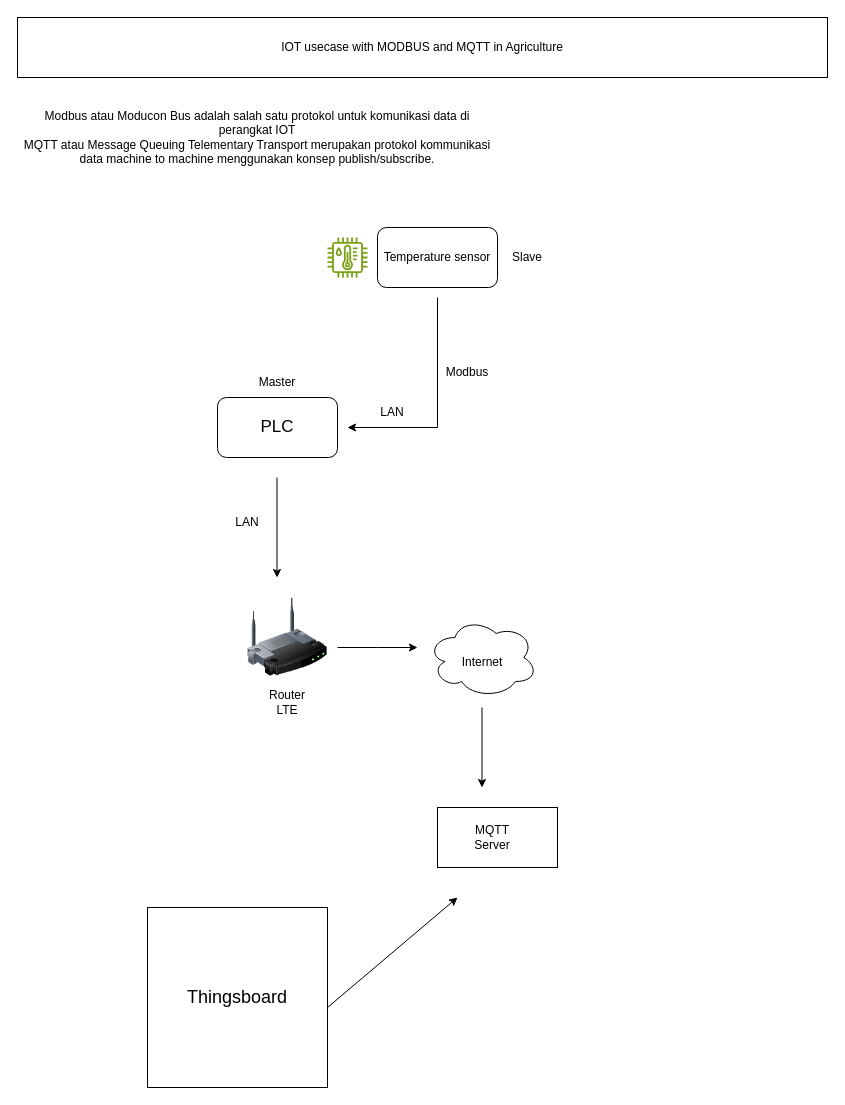
Earlier version of the draw.io diagram IOT-d1.drawio (Tchehetheere/x9_academy-draw-io). Source tidied: cells renumbered, new cells numbered last; positions are measured from the earlier drawing's top-left corner, leaving out a move shared by most shapes. Both pictures are drawn from the tidied source at 100%, with x=0, y=0 at pixel (17, 17).
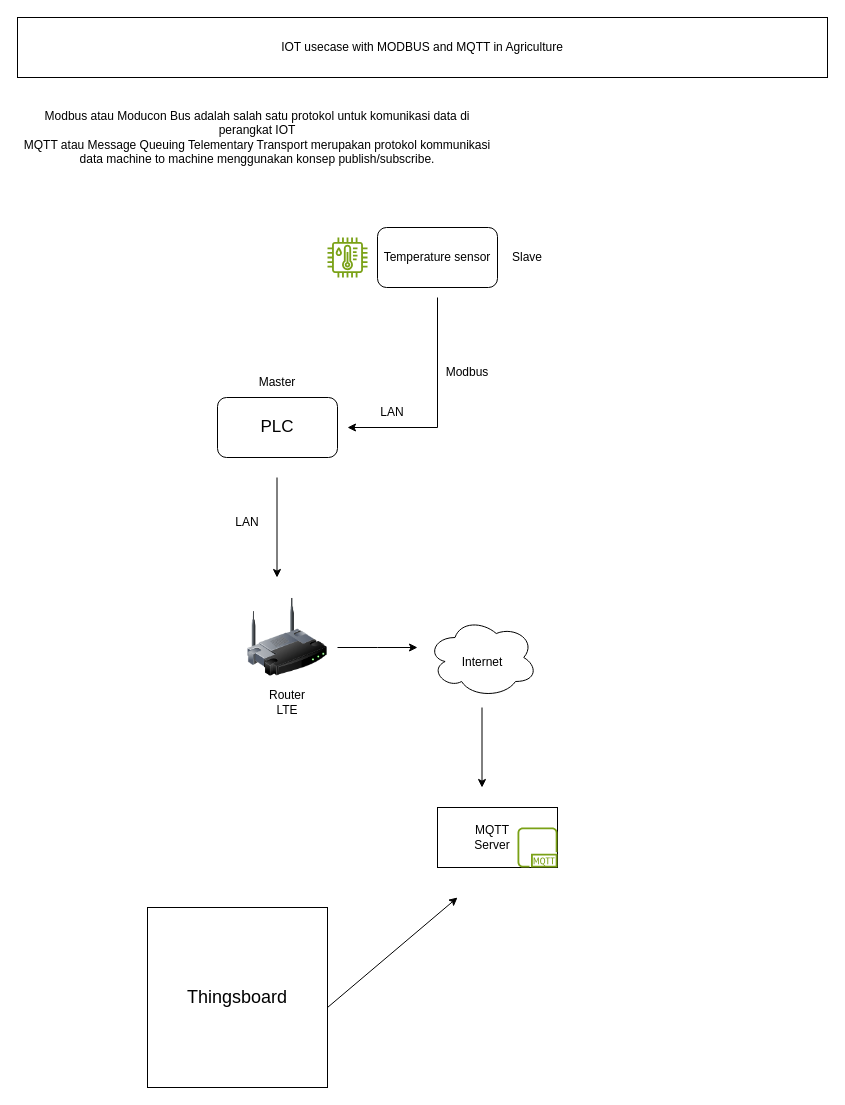
The same page after the edit.

Change to the diagram source:
```diff
@@
+    <mxCell id="28" style="sketch=0;fontColor=#232F3E;gradientColor=none;fillColor=#7AA116;strokeColor=none;dashed=0;verticalLabelPosition=bottom;verticalAlign=top;align=center;html=1;fontSize=12;fontStyle=0;shape=mxgraph.aws4.mqtt_protocol;" parent="1" vertex="1">
+      <mxGeometry x="500" y="810" width="40" height="40" as="geometry" />
+    </mxCell>
```
